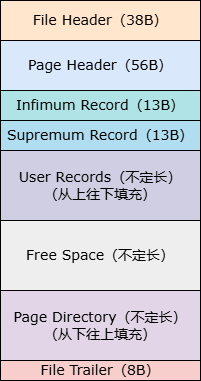
Earlier version of the draw.io export mysql/InnoDB索引页结构.drawio.png (guxdong/imgrepo). Source tidied: cells renumbered, new cells last; positions are measured from the earlier drawing's top-left corner, leaving out a move shared by most shapes. Its diagram source:
```xml
<mxGraphModel>
  <root>
    <mxCell id="0" />
    <mxCell id="1" parent="0" />
    <mxCell id="2" value="File Header（38B）" style="rounded=0;whiteSpace=wrap;html=1;fontFamily=Verdana;fontSize=14;fillColor=#ffe6cc;strokeColor=default;" parent="1" vertex="1">
      <mxGeometry width="200" height="40" as="geometry" />
    </mxCell>
    <mxCell id="3" value="Page Header（56B）" style="rounded=0;whiteSpace=wrap;html=1;fontFamily=Verdana;fontSize=14;fillColor=#dae8fc;strokeColor=default;" parent="1" vertex="1">
      <mxGeometry y="40" width="200" height="50" as="geometry" />
    </mxCell>
    <mxCell id="4" value="Infimum Record（13B）" style="rounded=0;whiteSpace=wrap;html=1;fontFamily=Verdana;fontSize=14;fillColor=#b0e3e6;strokeColor=default;" parent="1" vertex="1">
      <mxGeometry y="90" width="200" height="30" as="geometry" />
    </mxCell>
    <mxCell id="5" value="Supremum Record（13B）" style="rounded=0;whiteSpace=wrap;html=1;fontFamily=Verdana;fontSize=14;fillColor=#b1ddf0;strokeColor=default;" parent="1" vertex="1">
      <mxGeometry y="120" width="200" height="30" as="geometry" />
    </mxCell>
    <mxCell id="6" value="User Records（不定长）&lt;div&gt;（从上往下填充）&lt;/div&gt;" style="rounded=0;whiteSpace=wrap;html=1;fontFamily=Verdana;fontSize=14;fillColor=#d0cee2;strokeColor=default;" parent="1" vertex="1">
      <mxGeometry y="150" width="200" height="70" as="geometry" />
    </mxCell>
    <mxCell id="7" value="Free Space（不定长）" style="rounded=0;whiteSpace=wrap;html=1;fontFamily=Verdana;fontSize=14;fillColor=#eeeeee;strokeColor=default;" parent="1" vertex="1">
      <mxGeometry y="220" width="200" height="70" as="geometry" />
    </mxCell>
    <mxCell id="8" value="Page Directory（不定长）&lt;div&gt;（从下往上填充）&lt;/div&gt;" style="rounded=0;whiteSpace=wrap;html=1;fontFamily=Verdana;fontSize=14;fillColor=#e1d5e7;strokeColor=default;" parent="1" vertex="1">
      <mxGeometry y="290" width="200" height="70" as="geometry" />
    </mxCell>
    <mxCell id="9" value="File Trailer（8B）" style="rounded=0;whiteSpace=wrap;html=1;fontFamily=Verdana;fontSize=14;fillColor=#f8cecc;strokeColor=default;" parent="1" vertex="1">
      <mxGeometry y="360" width="200" height="20" as="geometry" />
    </mxCell>
  </root>
</mxGraphModel>
```
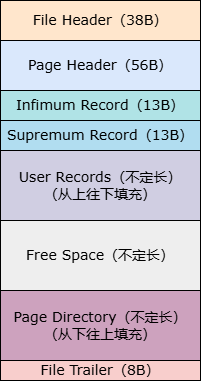
After the change.

Commit message:
更新InnoDB索引页结构.drawio.png

The edit, as a diff of the source:
```diff
@@ -20,7 +20,7 @@
     <mxCell id="7" value="Free Space（不定长）" style="rounded=0;whiteSpace=wrap;html=1;fontFamily=Verdana;fontSize=14;fillColor=#eeeeee;strokeColor=default;" parent="1" vertex="1">
       <mxGeometry y="220" width="200" height="70" as="geometry" />
     </mxCell>
-    <mxCell id="8" value="Page Directory（不定长）&lt;div&gt;（从下往上填充）&lt;/div&gt;" style="rounded=0;whiteSpace=wrap;html=1;fontFamily=Verdana;fontSize=14;fillColor=#e1d5e7;strokeColor=default;" parent="1" vertex="1">
+    <mxCell id="8" value="Page Directory（不定长）&lt;div&gt;（从下往上填充）&lt;/div&gt;" style="rounded=0;whiteSpace=wrap;html=1;fontFamily=Verdana;fontSize=14;fillColor=#CDA2BE;strokeColor=default;" parent="1" vertex="1">
       <mxGeometry y="290" width="200" height="70" as="geometry" />
     </mxCell>
     <mxCell id="9" value="File Trailer（8B）" style="rounded=0;whiteSpace=wrap;html=1;fontFamily=Verdana;fontSize=14;fillColor=#f8cecc;strokeColor=default;" parent="1" vertex="1">
```
